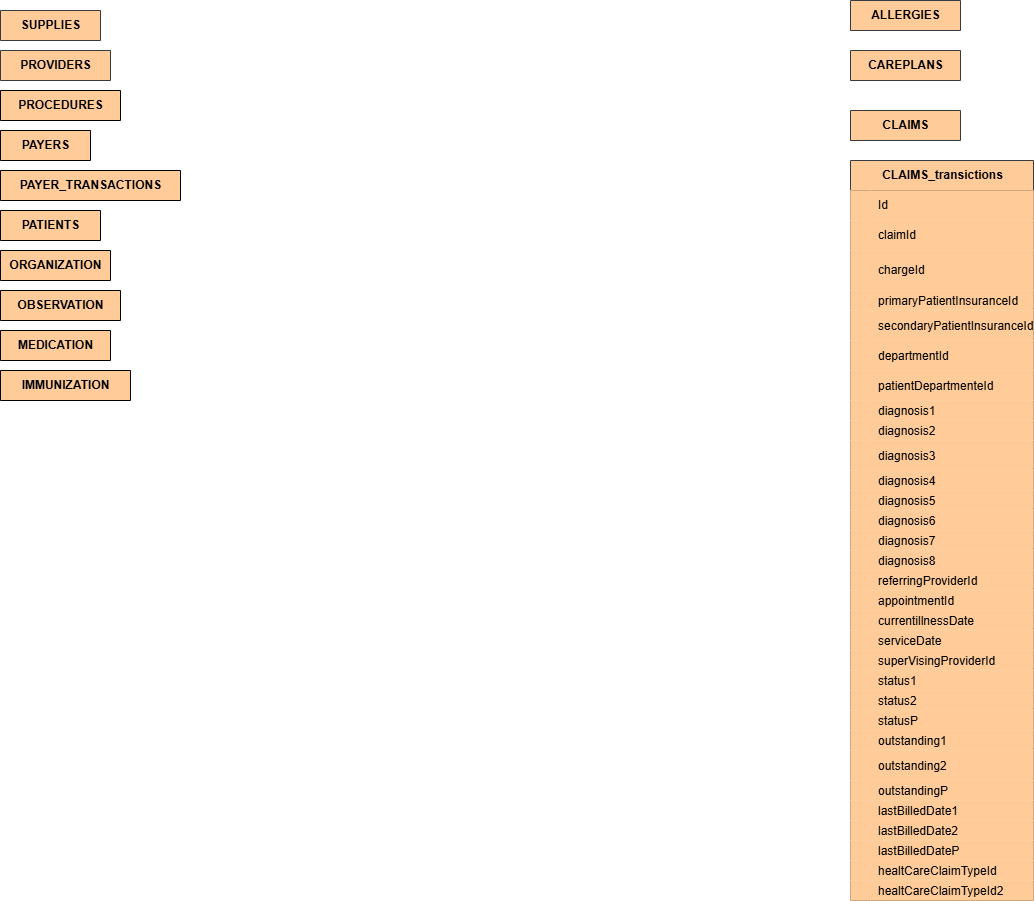
Above: BigDataProject.drawio.png in UtsuroNoArashi/BigDataProject (draw.io), before the change. Source tidied: cells renumbered, new cells last; positions are measured from the earlier drawing's top-left corner, leaving out a move shared by most shapes.
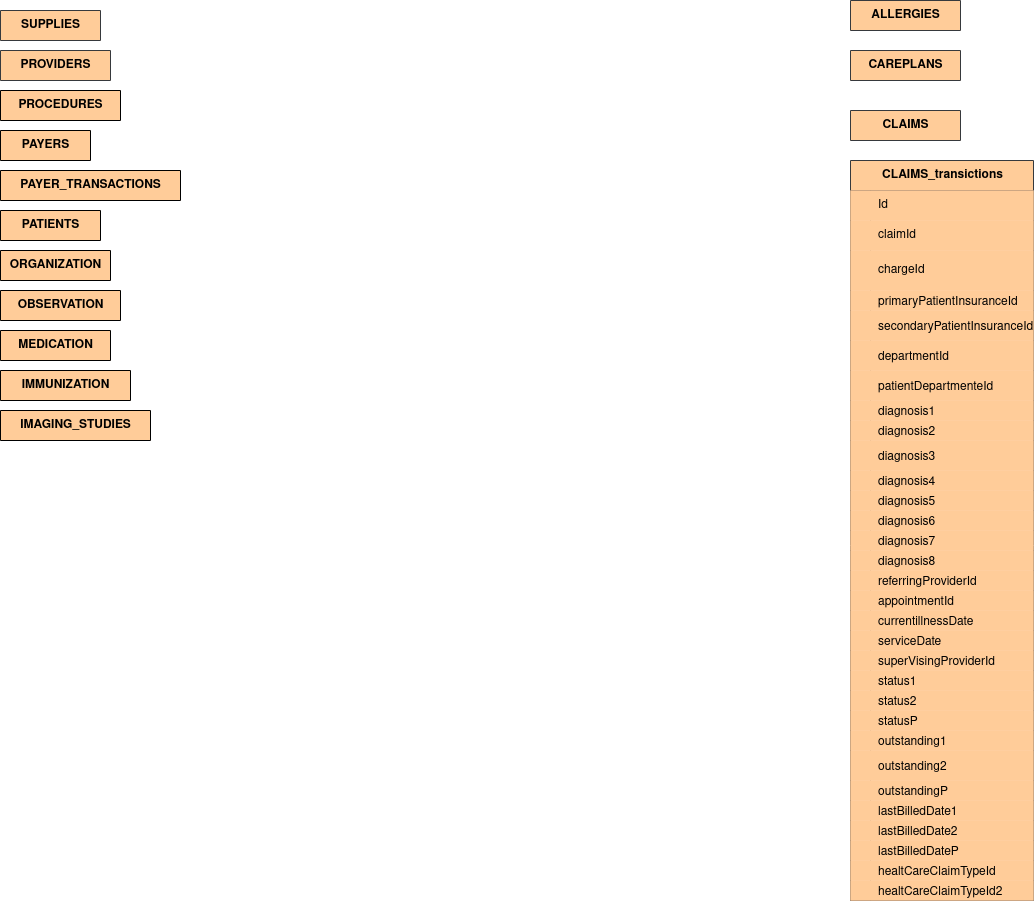
Above is the later version.

Diff of the diagram source:
```diff
@@ -323,5 +323,8 @@
     <mxCell id="108" value="IMMUNIZATION" style="shape=table;startSize=30;rowLines=0;fontStyle=1;align=center;html=1;fontColor=light-dark(#000000,#000000);fillColor=light-dark(#FFCC99,#B98351);" parent="1" vertex="1" collapsed="1">
       <mxGeometry y="370" width="130" height="30" as="geometry" />
     </mxCell>
+    <mxCell id="109" value="&lt;div&gt;IMAGING_STUDIES&lt;/div&gt;" style="shape=table;startSize=30;rowLines=0;fontStyle=1;align=center;html=1;fillColor=light-dark(#FFCC99,#B98351);fontColor=light-dark(#000000,#000000);" parent="1" vertex="1" collapsed="1">
+      <mxGeometry y="410" width="150" height="30" as="geometry" />
+    </mxCell>
   </root>
 </mxGraphModel>
```
